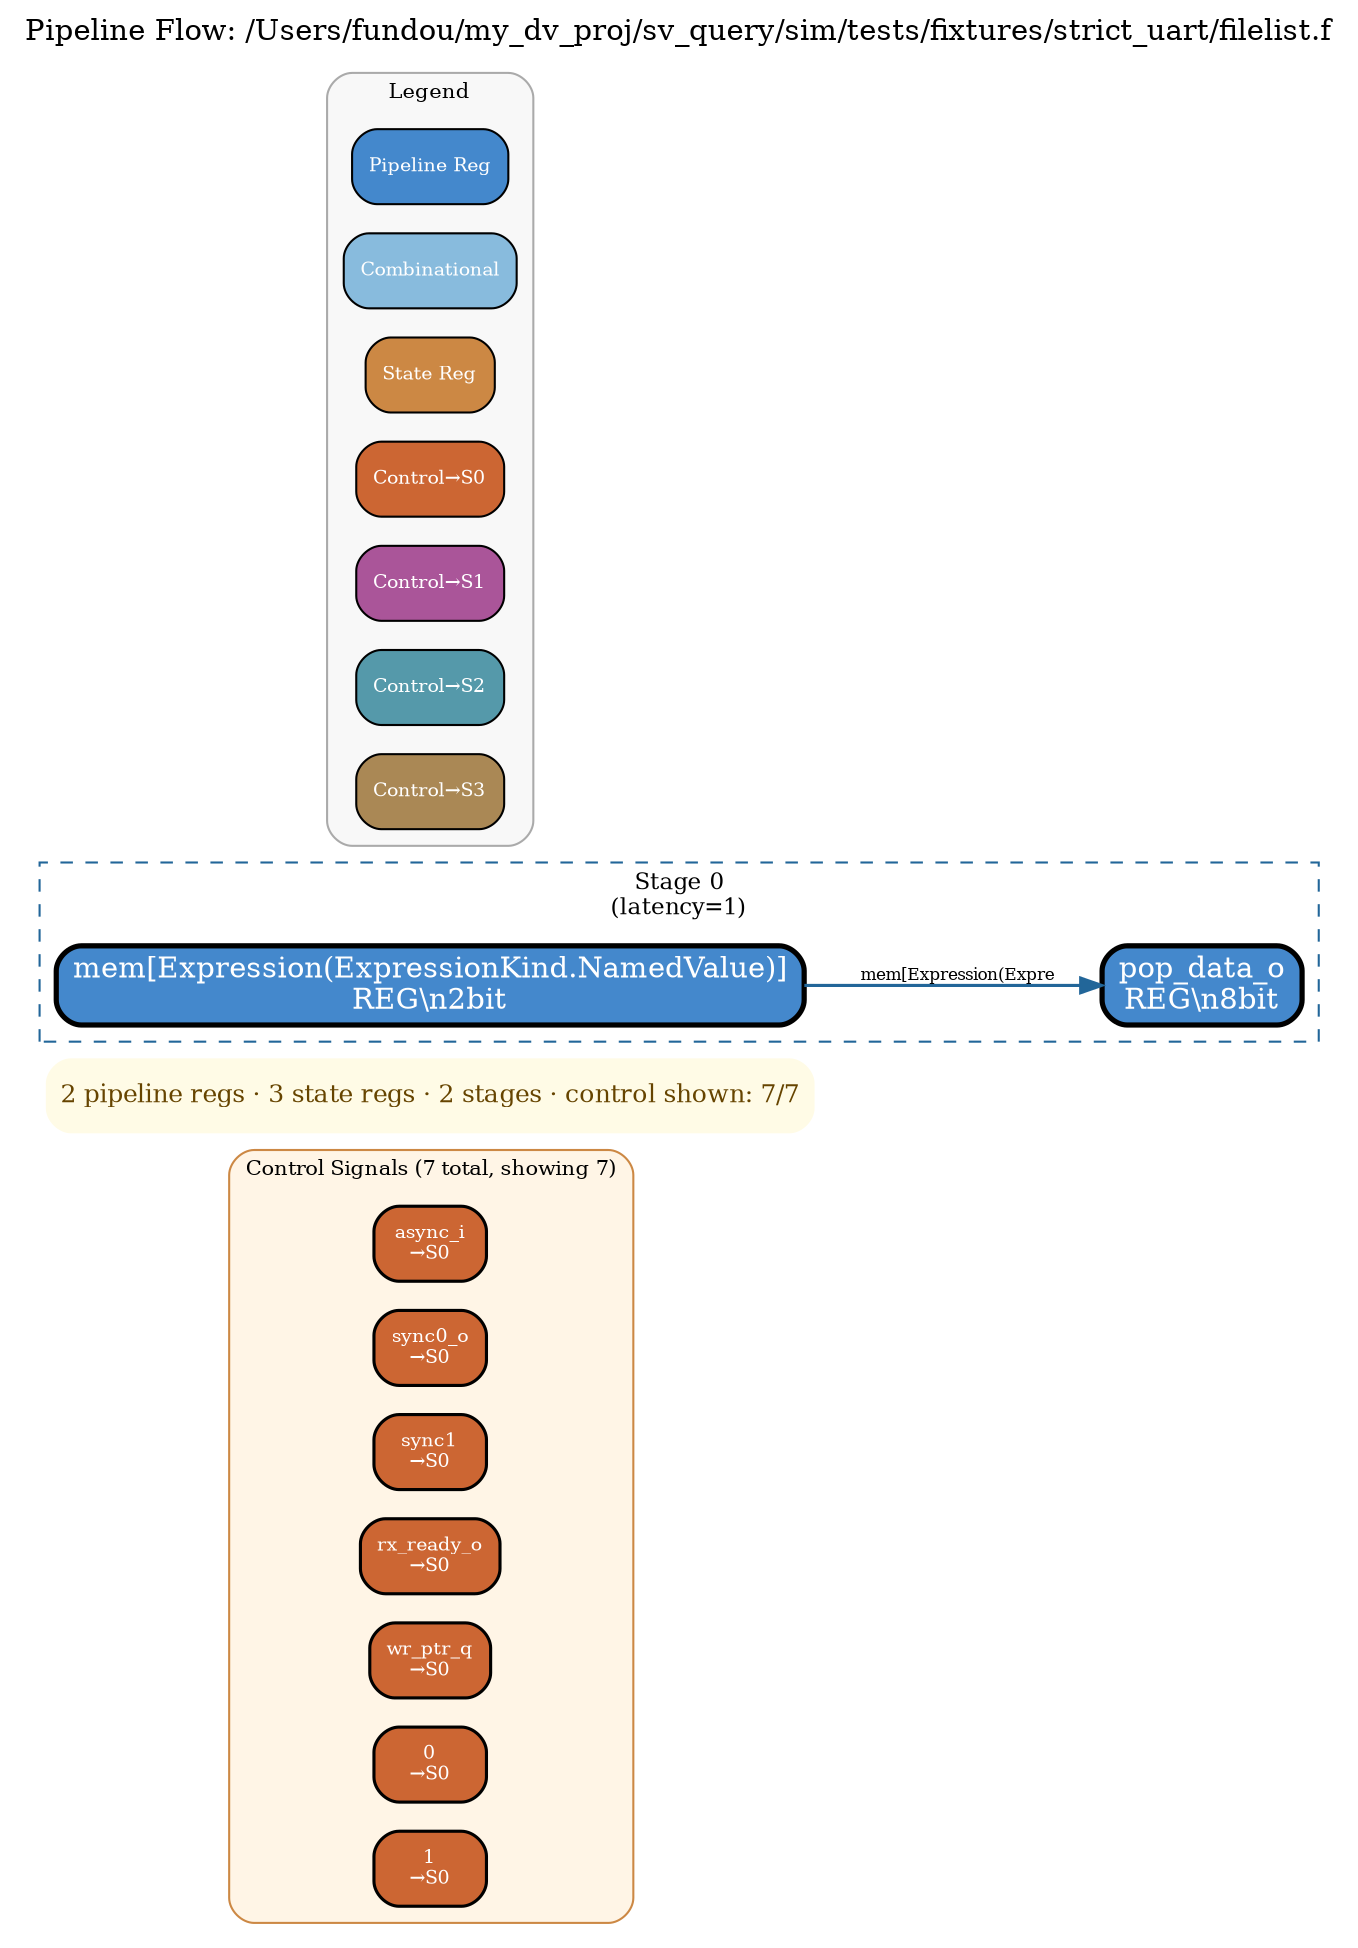
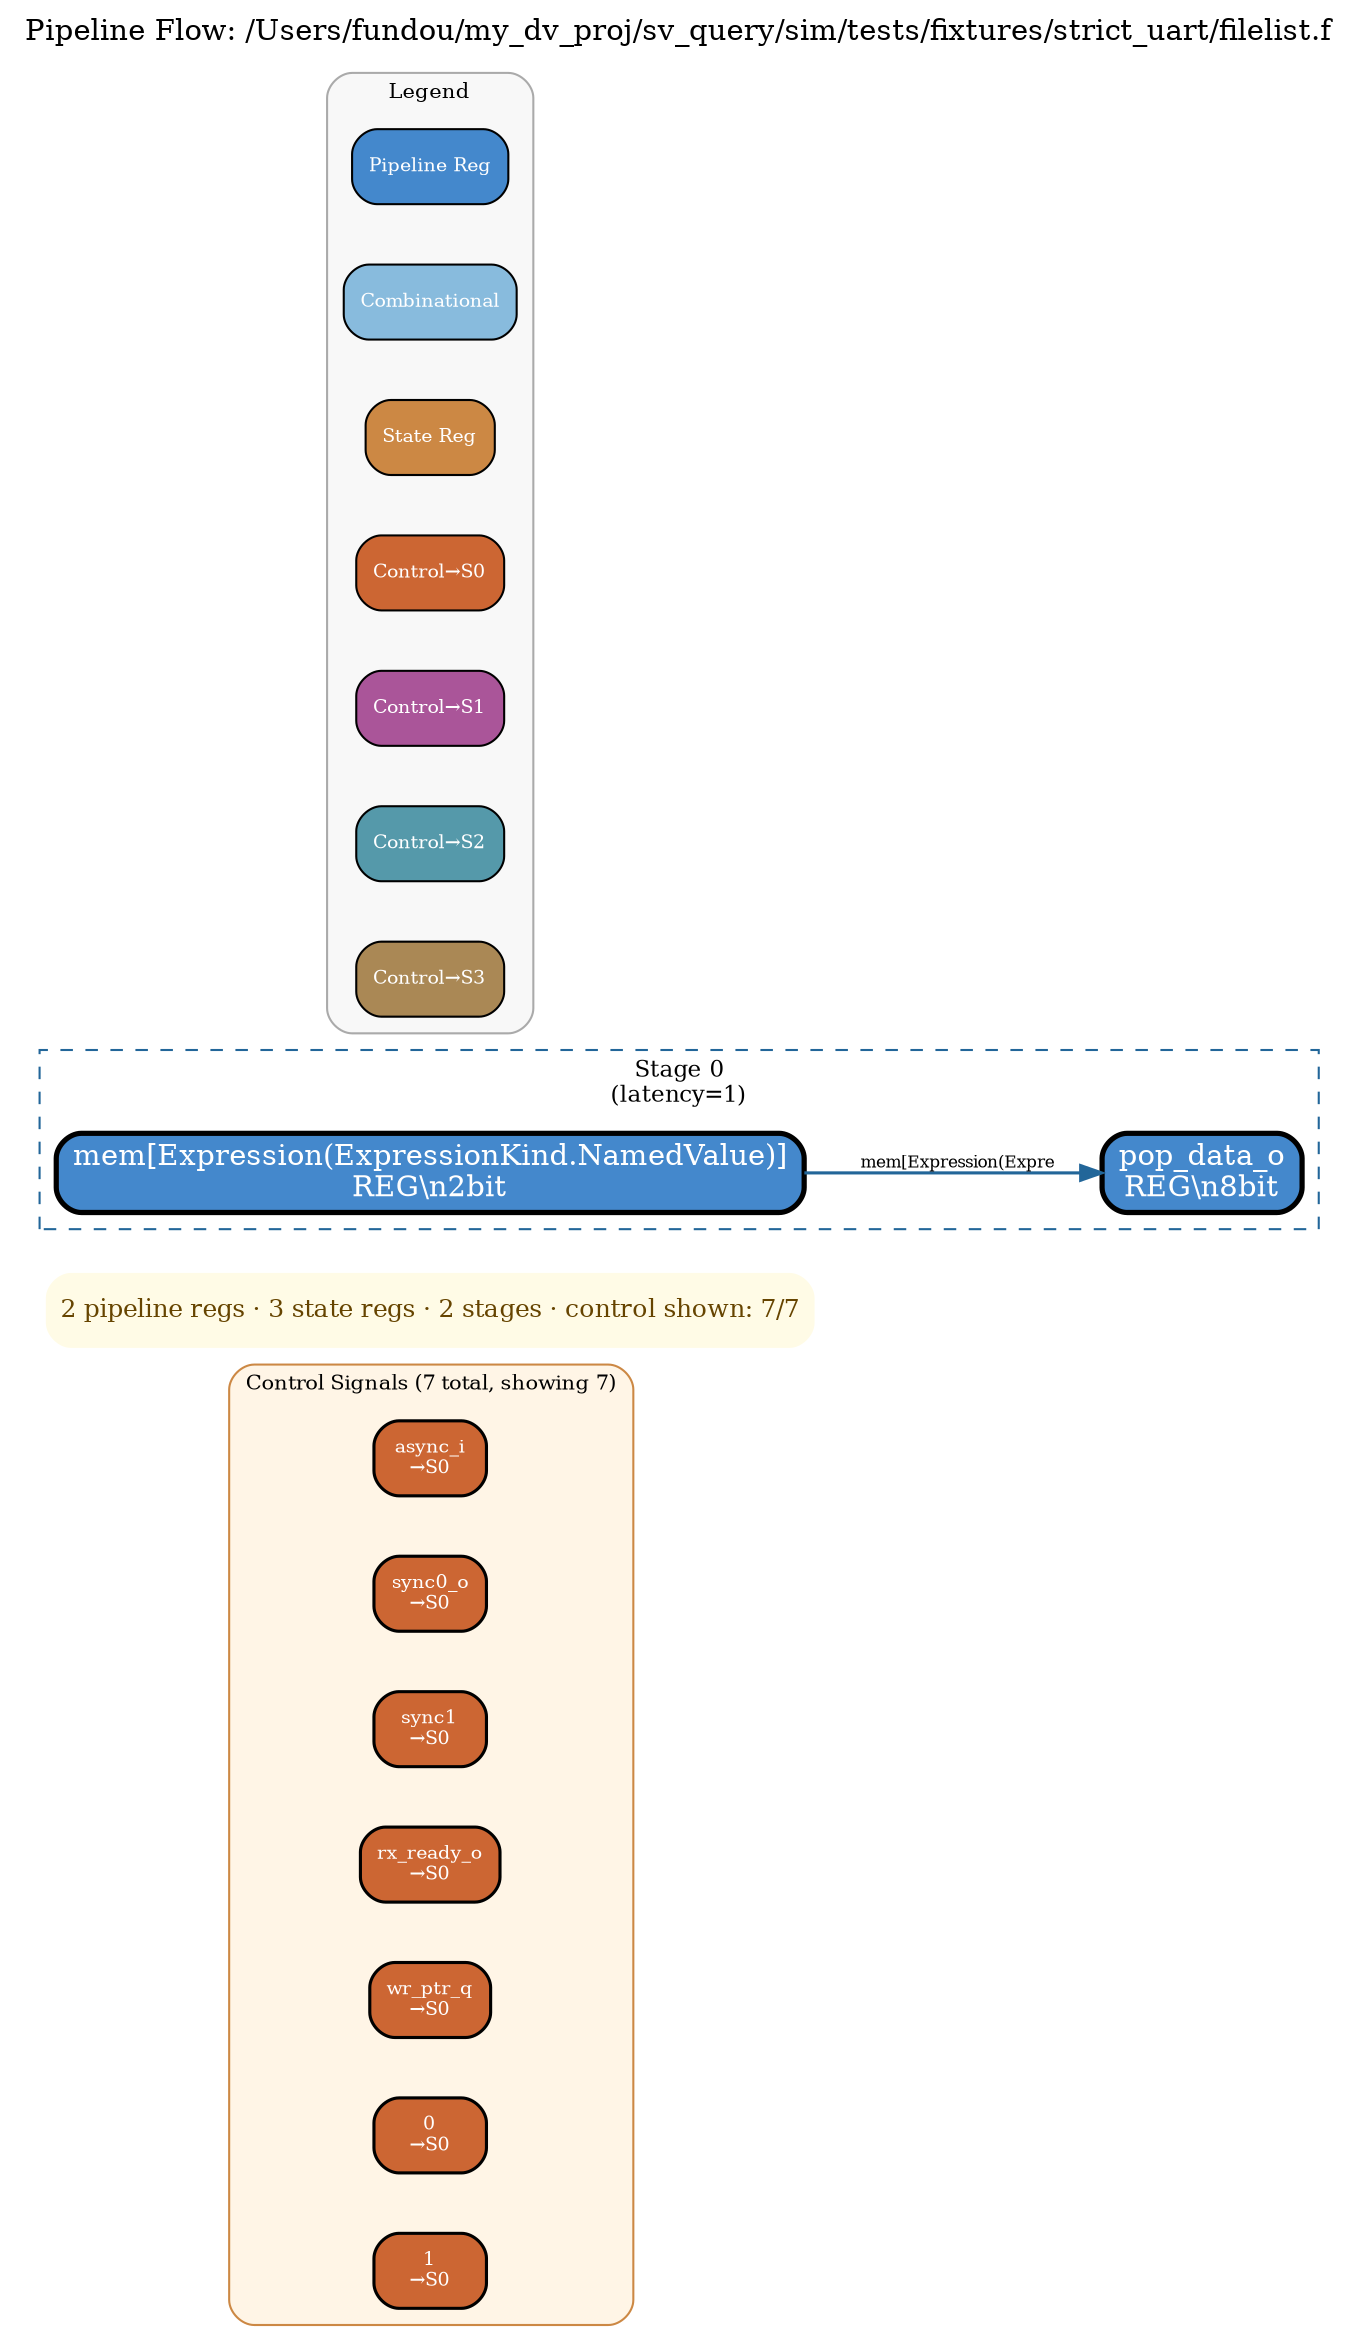
digraph pipeline {
  rankdir=LR;
  label="Pipeline Flow: /Users/fundou/my_dv_proj/sv_query/sim/tests/fixtures/strict_uart/filelist.f";
  labelloc=t;
  fontsize=14;
  ranksep=0.6;
-   nodesep=0.2;
+   nodesep=0.4;
  splines=polyline;

  // 2 pipeline regs, 2 control regs
  // 3 state regs, 2 stages

  // === Control signals header row (top, color-coded by target stage) ===
  subgraph cluster_control_header {
    label="Control Signals (7 total, showing 7)";
    style="rounded,filled";
    fillcolor="#fff5e6";
    color="#cc8844";
    fontsize=10;
    rank=min;
    "synchronizer.async_i" [label="async_i\n→S0" shape=box style="rounded,filled" fillcolor="#cc6633" fontcolor="white" penwidth=1.5 fontsize=9];
    "synchronizer.sync0_o" [label="sync0_o\n→S0" shape=box style="rounded,filled" fillcolor="#cc6633" fontcolor="white" penwidth=1.5 fontsize=9];
    "synchronizer.sync1" [label="sync1\n→S0" shape=box style="rounded,filled" fillcolor="#cc6633" fontcolor="white" penwidth=1.5 fontsize=9];
    "uart_top.rx_ready_o" [label="rx_ready_o\n→S0" shape=box style="rounded,filled" fillcolor="#cc6633" fontcolor="white" penwidth=1.5 fontsize=9];
    "sync_fifo.wr_ptr_q" [label="wr_ptr_q\n→S0" shape=box style="rounded,filled" fillcolor="#cc6633" fontcolor="white" penwidth=1.5 fontsize=9];
    "0" [label="0\n→S0" shape=box style="rounded,filled" fillcolor="#cc6633" fontcolor="white" penwidth=1.5 fontsize=9];
    "1" [label="1\n→S0" shape=box style="rounded,filled" fillcolor="#cc6633" fontcolor="white" penwidth=1.5 fontsize=9];
  }

  // === TL;DR ===
  TLDR [shape=plaintext, label="2 pipeline regs · 3 state regs · 2 stages · control shown: 7/7",
        fontsize=12, fontcolor="#664400",
        fillcolor="#fffbe6", style="rounded,filled",
        margin=0.1];
  subgraph cluster_stage0 {
    label="Stage 0\n(latency=1)";
    style=dashed;
    color="#226699";
    fontsize=11;
    "sync_fifo.mem[Expression(ExpressionKind.NamedValue)]" [label="mem[Expression(ExpressionKind.NamedValue)]\nREG\\n2bit" shape=box style="rounded,filled" fillcolor="#4488cc" fontcolor="white" penwidth=2.5];
    "sync_fifo.pop_data_o" [label="pop_data_o\
8bit" shape=box style="rounded,filled" fillcolor="#88bbdd" fontcolor="white" penwidth=1];
  }

  subgraph cluster_stage1 {
    label="Stage 1\n(latency=1)";
    style=dashed;
    color="#226699";
    fontsize=11;
    "sync_fifo.pop_data_o" [label="pop_data_o\nREG\\n8bit" shape=box style="rounded,filled" fillcolor="#4488cc" fontcolor="white" penwidth=2.5];
  }

  // === Data edges (stage → stage) ===
  "sync_fifo.mem[Expression(ExpressionKind.NamedValue)]" -> "sync_fifo.pop_data_o" [color="#226699" penwidth=1.5 label="mem[Expression(Expre" fontsize=8];

  // === Control edges (dashed, color-matched to target stage) ===

  // === Legend ===
  subgraph cluster_legend {
    label="Legend";
    style="rounded,filled";
    fillcolor="#f8f8f8";
    color="#aaaaaa";
    fontsize=10;
    rank=sink;
    "legend_pipeline_0" [label="Pipeline Reg" shape=box,style="filled,rounded" fillcolor="#4488cc" fontcolor="white" fontsize=9];
    "legend_pipeline_1" [label="Combinational" shape=box,style="filled,rounded" fillcolor="#88bbdd" fontcolor="white" fontsize=9];
    "legend_pipeline_2" [label="State Reg" shape=box,style="filled,rounded" fillcolor="#cc8844" fontcolor="white" fontsize=9];
    "legend_pipeline_3" [label="Control→S0" shape=box,style="filled,rounded" fillcolor="#cc6633" fontcolor="white" fontsize=9];
    "legend_pipeline_4" [label="Control→S1" shape=box,style="filled,rounded" fillcolor="#aa5599" fontcolor="white" fontsize=9];
    "legend_pipeline_5" [label="Control→S2" shape=box,style="filled,rounded" fillcolor="#5599aa" fontcolor="white" fontsize=9];
    "legend_pipeline_6" [label="Control→S3" shape=box,style="filled,rounded" fillcolor="#aa8855" fontcolor="white" fontsize=9];
  }
}